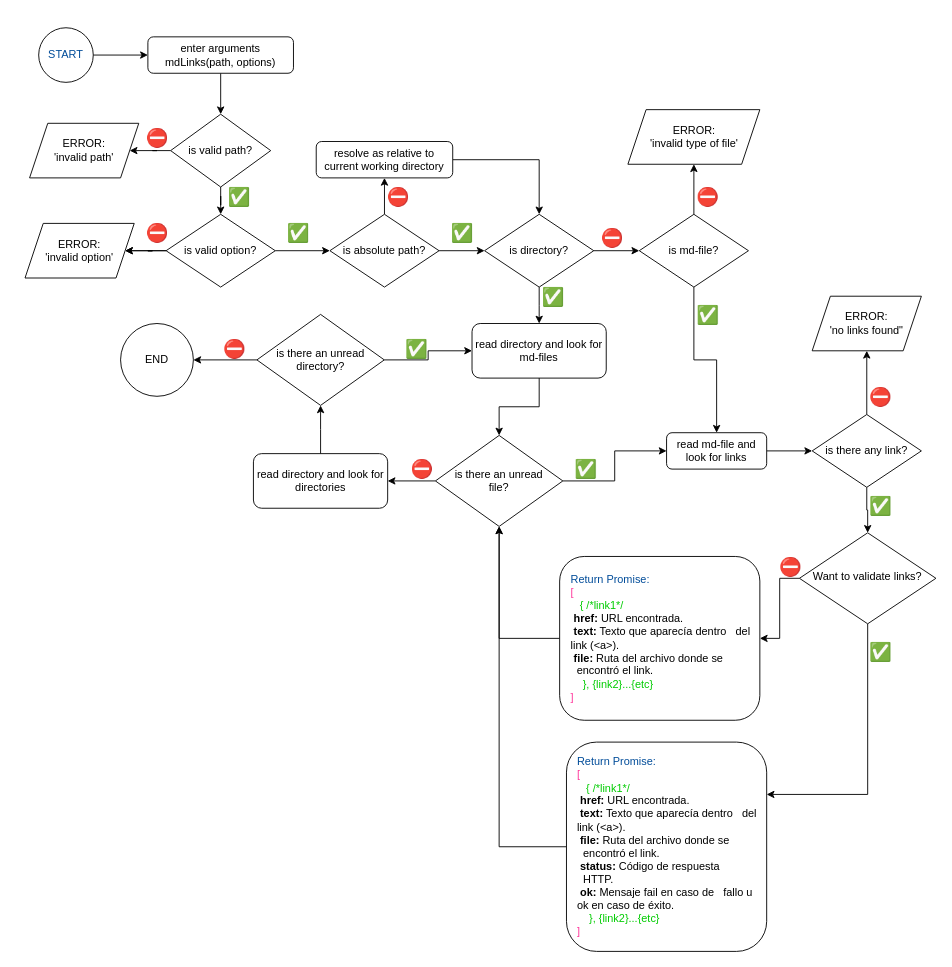
This is page "JS API" (1 of 3) of Diagrama sin título.drawio from Psyderalis/DEV002-md-links, a draw.io file, before an edit. Source tidied: cells renumbered, new cells numbered last; positions are measured from the earlier drawing's top-left corner, leaving out a move shared by most shapes. Both pictures are drawn from the tidied source at 91%, with x=0, y=0 at pixel (25, 27).
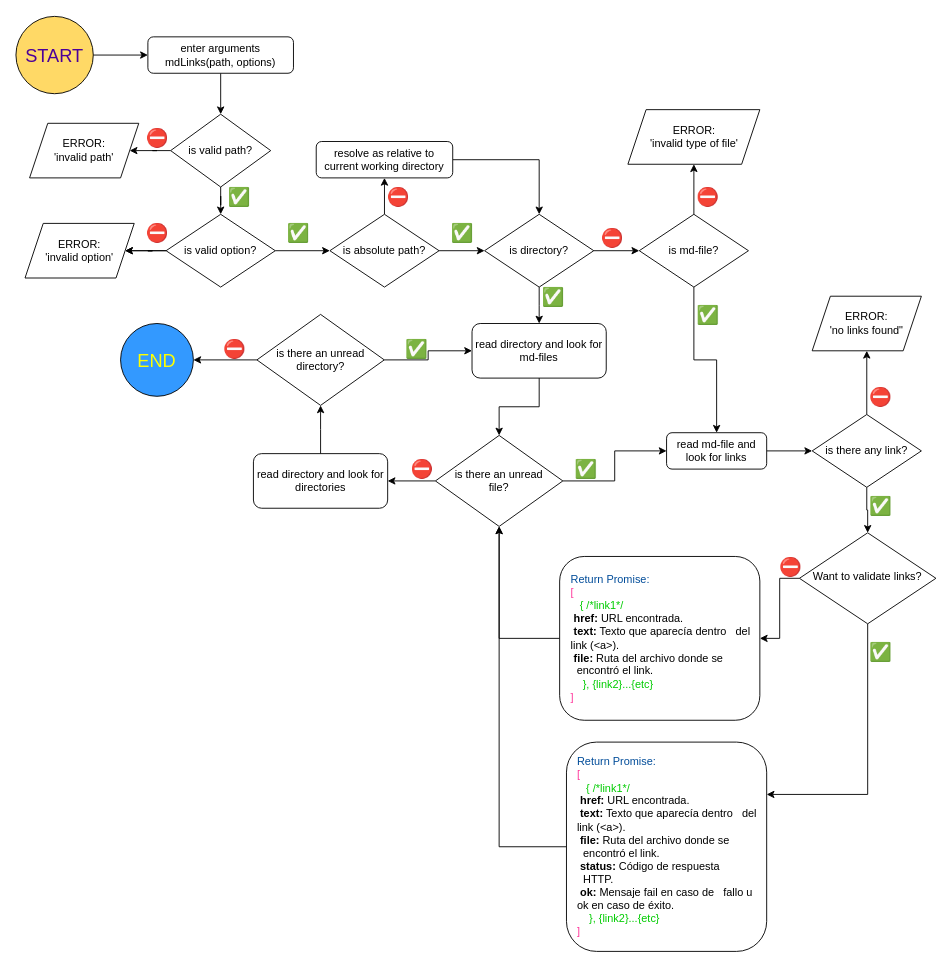
The same page after the edit.

Diff of the diagram source:
```diff
@@
-    <mxCell id="14" value="START" style="ellipse;whiteSpace=wrap;html=1;rounded=1;strokeColor=default;fontFamily=Helvetica;fontSize=12;fontColor=#004C99;fillColor=default;" parent="1" vertex="1">
-      <mxGeometry x="15" width="60" height="60" as="geometry" />
+    <mxCell id="14" value="&lt;font color=&quot;#4c0099&quot; style=&quot;font-size: 20px;&quot;&gt;START&lt;/font&gt;" style="ellipse;whiteSpace=wrap;html=1;rounded=1;strokeColor=default;fontFamily=Helvetica;fontSize=12;fontColor=#004C99;fillColor=#FFD966;" parent="1" vertex="1">
+      <mxGeometry x="-10" y="-12.5" width="85" height="85" as="geometry" />
     </mxCell>
@@
-    <mxCell id="66" value="END" style="ellipse;whiteSpace=wrap;html=1;shadow=0;strokeWidth=1;spacing=6;spacingTop=0;spacingLeft=5;spacingRight=5;" parent="1" vertex="1">
+    <mxCell id="66" value="&lt;font color=&quot;#ffff00&quot; style=&quot;font-size: 20px;&quot;&gt;END&lt;/font&gt;" style="ellipse;whiteSpace=wrap;html=1;shadow=0;strokeWidth=1;spacing=6;spacingTop=0;spacingLeft=5;spacingRight=5;fillColor=#3399FF;fontSize=20;" parent="1" vertex="1">
       <mxGeometry x="105" y="325" width="80" height="80" as="geometry" />
     </mxCell>
```
